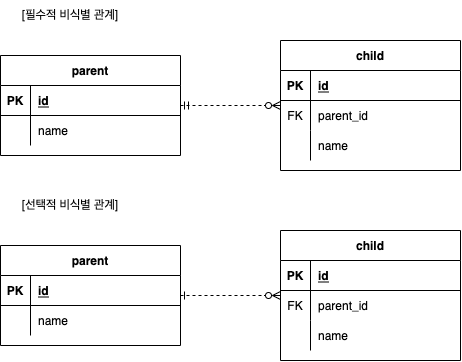
Above: assets/img/jpa_study/ch.7/pic-7-7.png in Rama033/Rama033.github.io (draw.io), before the change. Source tidied: cells renumbered, new cells last; positions are measured from the earlier drawing's top-left corner, leaving out a move shared by most shapes. Source of this version:
```xml
<mxGraphModel>
  <root>
    <mxCell id="0" />
    <mxCell id="1" parent="0" />
    <mxCell id="2" style="edgeStyle=orthogonalEdgeStyle;rounded=0;jettySize=auto;html=1;startArrow=ERmandOne;startFill=0;endArrow=ERzeroToMany;endFill=0;endSize=6;dashed=1;" parent="1" edge="1" source="3" target="10">
      <mxGeometry relative="1" as="geometry" />
    </mxCell>
    <mxCell id="3" value="parent" style="shape=table;startSize=30;rowLines=0;fontStyle=1;align=center;fillColor=none;" parent="1" vertex="1">
      <mxGeometry y="55" width="180" height="100" as="geometry" />
    </mxCell>
    <mxCell id="4" style="shape=tableRow;horizontal=0;startSize=0;swimlaneHead=0;swimlaneBody=0;fillColor=none;top=0;left=0;right=0;bottom=1;" parent="3" vertex="1">
      <mxGeometry y="30" width="180" height="30" as="geometry" />
    </mxCell>
    <mxCell id="5" value="PK" style="shape=partialRectangle;fillColor=none;top=0;left=0;bottom=0;right=0;fontStyle=1;overflow=hidden;" parent="4" vertex="1">
      <mxGeometry width="30" height="30" as="geometry" />
    </mxCell>
    <mxCell id="6" value="id" style="shape=partialRectangle;fillColor=none;top=0;left=0;bottom=0;right=0;align=left;spacingLeft=6;fontStyle=5;overflow=hidden;" parent="4" vertex="1">
      <mxGeometry x="30" width="150" height="30" as="geometry" />
    </mxCell>
    <mxCell id="7" style="shape=tableRow;horizontal=0;startSize=0;swimlaneHead=0;swimlaneBody=0;fillColor=none;top=0;left=0;right=0;bottom=0;" parent="3" vertex="1">
      <mxGeometry y="60" width="180" height="30" as="geometry" />
    </mxCell>
    <mxCell id="8" style="shape=partialRectangle;fillColor=none;top=0;left=0;bottom=0;right=0;overflow=hidden;" parent="7" vertex="1">
      <mxGeometry width="30" height="30" as="geometry" />
    </mxCell>
    <mxCell id="9" value="name" style="shape=partialRectangle;fillColor=none;top=0;left=0;bottom=0;right=0;align=left;spacingLeft=6;overflow=hidden;" parent="7" vertex="1">
      <mxGeometry x="30" width="150" height="30" as="geometry" />
    </mxCell>
    <mxCell id="10" value="child" style="shape=table;startSize=30;rowLines=0;fontStyle=1;align=center;fillColor=none;" parent="1" vertex="1">
      <mxGeometry x="280" y="40" width="180" height="130" as="geometry" />
    </mxCell>
    <mxCell id="11" style="shape=tableRow;horizontal=0;startSize=0;swimlaneHead=0;swimlaneBody=0;fillColor=none;top=0;left=0;right=0;bottom=1;" parent="10" vertex="1">
      <mxGeometry y="30" width="180" height="30" as="geometry" />
    </mxCell>
    <mxCell id="12" value="PK" style="shape=partialRectangle;fillColor=none;top=0;left=0;bottom=0;right=0;fontStyle=1;overflow=hidden;" parent="11" vertex="1">
      <mxGeometry width="30" height="30" as="geometry" />
    </mxCell>
    <mxCell id="13" value="id" style="shape=partialRectangle;fillColor=none;top=0;left=0;bottom=0;right=0;align=left;spacingLeft=6;fontStyle=5;overflow=hidden;" parent="11" vertex="1">
      <mxGeometry x="30" width="150" height="30" as="geometry" />
    </mxCell>
    <mxCell id="14" style="shape=tableRow;horizontal=0;startSize=0;swimlaneHead=0;swimlaneBody=0;fillColor=none;top=0;left=0;right=0;bottom=0;" parent="10" vertex="1">
      <mxGeometry y="60" width="180" height="30" as="geometry" />
    </mxCell>
    <mxCell id="15" value="FK" style="shape=partialRectangle;fillColor=none;top=0;left=0;bottom=0;right=0;overflow=hidden;" parent="14" vertex="1">
      <mxGeometry width="30" height="30" as="geometry" />
    </mxCell>
    <mxCell id="16" value="parent_id" style="shape=partialRectangle;fillColor=none;top=0;left=0;bottom=0;right=0;align=left;spacingLeft=6;overflow=hidden;" parent="14" vertex="1">
      <mxGeometry x="30" width="150" height="30" as="geometry" />
    </mxCell>
    <mxCell id="17" style="shape=tableRow;horizontal=0;startSize=0;swimlaneHead=0;swimlaneBody=0;fillColor=none;top=0;left=0;right=0;bottom=0;" parent="10" vertex="1">
      <mxGeometry y="90" width="180" height="30" as="geometry" />
    </mxCell>
    <mxCell id="18" style="shape=partialRectangle;fillColor=none;top=0;left=0;bottom=0;right=0;overflow=hidden;" parent="17" vertex="1">
      <mxGeometry width="30" height="30" as="geometry" />
    </mxCell>
    <mxCell id="19" value="name" style="shape=partialRectangle;fillColor=none;top=0;left=0;bottom=0;right=0;align=left;spacingLeft=6;overflow=hidden;" parent="17" vertex="1">
      <mxGeometry x="30" width="150" height="30" as="geometry" />
    </mxCell>
    <mxCell id="20" value="[필수적 비식별 관계]" style="text;html=1;strokeColor=none;fillColor=none;align=center;verticalAlign=middle;whiteSpace=wrap;rounded=0;" parent="1" vertex="1">
      <mxGeometry x="10" width="120" height="30" as="geometry" />
    </mxCell>
    <mxCell id="21" style="edgeStyle=orthogonalEdgeStyle;rounded=0;jettySize=auto;html=1;startArrow=ERone;startFill=0;endArrow=ERzeroToMany;endFill=0;endSize=6;dashed=1;" parent="1" edge="1" source="22" target="29">
      <mxGeometry relative="1" as="geometry" />
    </mxCell>
    <mxCell id="22" value="parent" style="shape=table;startSize=30;rowLines=0;fontStyle=1;align=center;fillColor=none;" parent="1" vertex="1">
      <mxGeometry y="245" width="180" height="100" as="geometry" />
    </mxCell>
    <mxCell id="23" style="shape=tableRow;horizontal=0;startSize=0;swimlaneHead=0;swimlaneBody=0;fillColor=none;top=0;left=0;right=0;bottom=1;" parent="22" vertex="1">
      <mxGeometry y="30" width="180" height="30" as="geometry" />
    </mxCell>
    <mxCell id="24" value="PK" style="shape=partialRectangle;fillColor=none;top=0;left=0;bottom=0;right=0;fontStyle=1;overflow=hidden;" parent="23" vertex="1">
      <mxGeometry width="30" height="30" as="geometry" />
    </mxCell>
    <mxCell id="25" value="id" style="shape=partialRectangle;fillColor=none;top=0;left=0;bottom=0;right=0;align=left;spacingLeft=6;fontStyle=5;overflow=hidden;" parent="23" vertex="1">
      <mxGeometry x="30" width="150" height="30" as="geometry" />
    </mxCell>
    <mxCell id="26" style="shape=tableRow;horizontal=0;startSize=0;swimlaneHead=0;swimlaneBody=0;fillColor=none;top=0;left=0;right=0;bottom=0;" parent="22" vertex="1">
      <mxGeometry y="60" width="180" height="30" as="geometry" />
    </mxCell>
    <mxCell id="27" style="shape=partialRectangle;fillColor=none;top=0;left=0;bottom=0;right=0;overflow=hidden;" parent="26" vertex="1">
      <mxGeometry width="30" height="30" as="geometry" />
    </mxCell>
    <mxCell id="28" value="name" style="shape=partialRectangle;fillColor=none;top=0;left=0;bottom=0;right=0;align=left;spacingLeft=6;overflow=hidden;" parent="26" vertex="1">
      <mxGeometry x="30" width="150" height="30" as="geometry" />
    </mxCell>
    <mxCell id="29" value="child" style="shape=table;startSize=30;rowLines=0;fontStyle=1;align=center;fillColor=none;" parent="1" vertex="1">
      <mxGeometry x="280" y="230" width="180" height="130" as="geometry" />
    </mxCell>
    <mxCell id="30" style="shape=tableRow;horizontal=0;startSize=0;swimlaneHead=0;swimlaneBody=0;fillColor=none;top=0;left=0;right=0;bottom=1;" parent="29" vertex="1">
      <mxGeometry y="30" width="180" height="30" as="geometry" />
    </mxCell>
    <mxCell id="31" value="PK" style="shape=partialRectangle;fillColor=none;top=0;left=0;bottom=0;right=0;fontStyle=1;overflow=hidden;" parent="30" vertex="1">
      <mxGeometry width="30" height="30" as="geometry" />
    </mxCell>
    <mxCell id="32" value="id" style="shape=partialRectangle;fillColor=none;top=0;left=0;bottom=0;right=0;align=left;spacingLeft=6;fontStyle=5;overflow=hidden;" parent="30" vertex="1">
      <mxGeometry x="30" width="150" height="30" as="geometry" />
    </mxCell>
    <mxCell id="33" style="shape=tableRow;horizontal=0;startSize=0;swimlaneHead=0;swimlaneBody=0;fillColor=none;top=0;left=0;right=0;bottom=0;" parent="29" vertex="1">
      <mxGeometry y="60" width="180" height="30" as="geometry" />
    </mxCell>
    <mxCell id="34" value="FK" style="shape=partialRectangle;fillColor=none;top=0;left=0;bottom=0;right=0;overflow=hidden;" parent="33" vertex="1">
      <mxGeometry width="30" height="30" as="geometry" />
    </mxCell>
    <mxCell id="35" value="parent_id" style="shape=partialRectangle;fillColor=none;top=0;left=0;bottom=0;right=0;align=left;spacingLeft=6;overflow=hidden;" parent="33" vertex="1">
      <mxGeometry x="30" width="150" height="30" as="geometry" />
    </mxCell>
    <mxCell id="36" style="shape=tableRow;horizontal=0;startSize=0;swimlaneHead=0;swimlaneBody=0;fillColor=none;top=0;left=0;right=0;bottom=0;" parent="29" vertex="1">
      <mxGeometry y="90" width="180" height="30" as="geometry" />
    </mxCell>
    <mxCell id="37" style="shape=partialRectangle;fillColor=none;top=0;left=0;bottom=0;right=0;overflow=hidden;" parent="36" vertex="1">
      <mxGeometry width="30" height="30" as="geometry" />
    </mxCell>
    <mxCell id="38" value="name" style="shape=partialRectangle;fillColor=none;top=0;left=0;bottom=0;right=0;align=left;spacingLeft=6;overflow=hidden;" parent="36" vertex="1">
      <mxGeometry x="30" width="150" height="30" as="geometry" />
    </mxCell>
    <mxCell id="39" value="[선택적 비식별 관계]" style="text;html=1;strokeColor=none;fillColor=none;align=center;verticalAlign=middle;whiteSpace=wrap;rounded=0;" parent="1" vertex="1">
      <mxGeometry x="10" y="190" width="120" height="30" as="geometry" />
    </mxCell>
  </root>
</mxGraphModel>
```
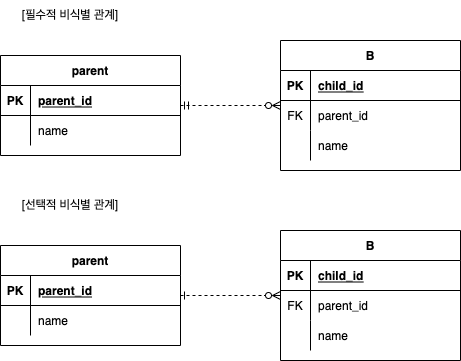
Above is the later version.

What changed in the source:
```diff
@@ -14,7 +14,7 @@
     <mxCell id="5" value="PK" style="shape=partialRectangle;fillColor=none;top=0;left=0;bottom=0;right=0;fontStyle=1;overflow=hidden;" parent="4" vertex="1">
       <mxGeometry width="30" height="30" as="geometry" />
     </mxCell>
-    <mxCell id="6" value="id" style="shape=partialRectangle;fillColor=none;top=0;left=0;bottom=0;right=0;align=left;spacingLeft=6;fontStyle=5;overflow=hidden;" parent="4" vertex="1">
+    <mxCell id="6" value="parent_id" style="shape=partialRectangle;fillColor=none;top=0;left=0;bottom=0;right=0;align=left;spacingLeft=6;fontStyle=5;overflow=hidden;" parent="4" vertex="1">
       <mxGeometry x="30" width="150" height="30" as="geometry" />
     </mxCell>
     <mxCell id="7" style="shape=tableRow;horizontal=0;startSize=0;swimlaneHead=0;swimlaneBody=0;fillColor=none;top=0;left=0;right=0;bottom=0;" parent="3" vertex="1">
@@ -26,7 +26,7 @@
     <mxCell id="9" value="name" style="shape=partialRectangle;fillColor=none;top=0;left=0;bottom=0;right=0;align=left;spacingLeft=6;overflow=hidden;" parent="7" vertex="1">
       <mxGeometry x="30" width="150" height="30" as="geometry" />
     </mxCell>
-    <mxCell id="10" value="child" style="shape=table;startSize=30;rowLines=0;fontStyle=1;align=center;fillColor=none;" parent="1" vertex="1">
+    <mxCell id="10" value="B" style="shape=table;startSize=30;rowLines=0;fontStyle=1;align=center;fillColor=none;" parent="1" vertex="1">
       <mxGeometry x="280" y="40" width="180" height="130" as="geometry" />
     </mxCell>
     <mxCell id="11" style="shape=tableRow;horizontal=0;startSize=0;swimlaneHead=0;swimlaneBody=0;fillColor=none;top=0;left=0;right=0;bottom=1;" parent="10" vertex="1">
@@ -35,7 +35,7 @@
     <mxCell id="12" value="PK" style="shape=partialRectangle;fillColor=none;top=0;left=0;bottom=0;right=0;fontStyle=1;overflow=hidden;" parent="11" vertex="1">
       <mxGeometry width="30" height="30" as="geometry" />
     </mxCell>
-    <mxCell id="13" value="id" style="shape=partialRectangle;fillColor=none;top=0;left=0;bottom=0;right=0;align=left;spacingLeft=6;fontStyle=5;overflow=hidden;" parent="11" vertex="1">
+    <mxCell id="13" value="child_id" style="shape=partialRectangle;fillColor=none;top=0;left=0;bottom=0;right=0;align=left;spacingLeft=6;fontStyle=5;overflow=hidden;" parent="11" vertex="1">
       <mxGeometry x="30" width="150" height="30" as="geometry" />
     </mxCell>
     <mxCell id="14" style="shape=tableRow;horizontal=0;startSize=0;swimlaneHead=0;swimlaneBody=0;fillColor=none;top=0;left=0;right=0;bottom=0;" parent="10" vertex="1">
@@ -71,7 +71,7 @@
     <mxCell id="24" value="PK" style="shape=partialRectangle;fillColor=none;top=0;left=0;bottom=0;right=0;fontStyle=1;overflow=hidden;" parent="23" vertex="1">
       <mxGeometry width="30" height="30" as="geometry" />
     </mxCell>
-    <mxCell id="25" value="id" style="shape=partialRectangle;fillColor=none;top=0;left=0;bottom=0;right=0;align=left;spacingLeft=6;fontStyle=5;overflow=hidden;" parent="23" vertex="1">
+    <mxCell id="25" value="parent_id" style="shape=partialRectangle;fillColor=none;top=0;left=0;bottom=0;right=0;align=left;spacingLeft=6;fontStyle=5;overflow=hidden;" parent="23" vertex="1">
       <mxGeometry x="30" width="150" height="30" as="geometry" />
     </mxCell>
     <mxCell id="26" style="shape=tableRow;horizontal=0;startSize=0;swimlaneHead=0;swimlaneBody=0;fillColor=none;top=0;left=0;right=0;bottom=0;" parent="22" vertex="1">
@@ -83,7 +83,7 @@
     <mxCell id="28" value="name" style="shape=partialRectangle;fillColor=none;top=0;left=0;bottom=0;right=0;align=left;spacingLeft=6;overflow=hidden;" parent="26" vertex="1">
       <mxGeometry x="30" width="150" height="30" as="geometry" />
     </mxCell>
-    <mxCell id="29" value="child" style="shape=table;startSize=30;rowLines=0;fontStyle=1;align=center;fillColor=none;" parent="1" vertex="1">
+    <mxCell id="29" value="B" style="shape=table;startSize=30;rowLines=0;fontStyle=1;align=center;fillColor=none;" parent="1" vertex="1">
       <mxGeometry x="280" y="230" width="180" height="130" as="geometry" />
     </mxCell>
     <mxCell id="30" style="shape=tableRow;horizontal=0;startSize=0;swimlaneHead=0;swimlaneBody=0;fillColor=none;top=0;left=0;right=0;bottom=1;" parent="29" vertex="1">
@@ -92,7 +92,7 @@
     <mxCell id="31" value="PK" style="shape=partialRectangle;fillColor=none;top=0;left=0;bottom=0;right=0;fontStyle=1;overflow=hidden;" parent="30" vertex="1">
       <mxGeometry width="30" height="30" as="geometry" />
     </mxCell>
-    <mxCell id="32" value="id" style="shape=partialRectangle;fillColor=none;top=0;left=0;bottom=0;right=0;align=left;spacingLeft=6;fontStyle=5;overflow=hidden;" parent="30" vertex="1">
+    <mxCell id="32" value="child_id" style="shape=partialRectangle;fillColor=none;top=0;left=0;bottom=0;right=0;align=left;spacingLeft=6;fontStyle=5;overflow=hidden;" parent="30" vertex="1">
       <mxGeometry x="30" width="150" height="30" as="geometry" />
     </mxCell>
     <mxCell id="33" style="shape=tableRow;horizontal=0;startSize=0;swimlaneHead=0;swimlaneBody=0;fillColor=none;top=0;left=0;right=0;bottom=0;" parent="29" vertex="1">
```
